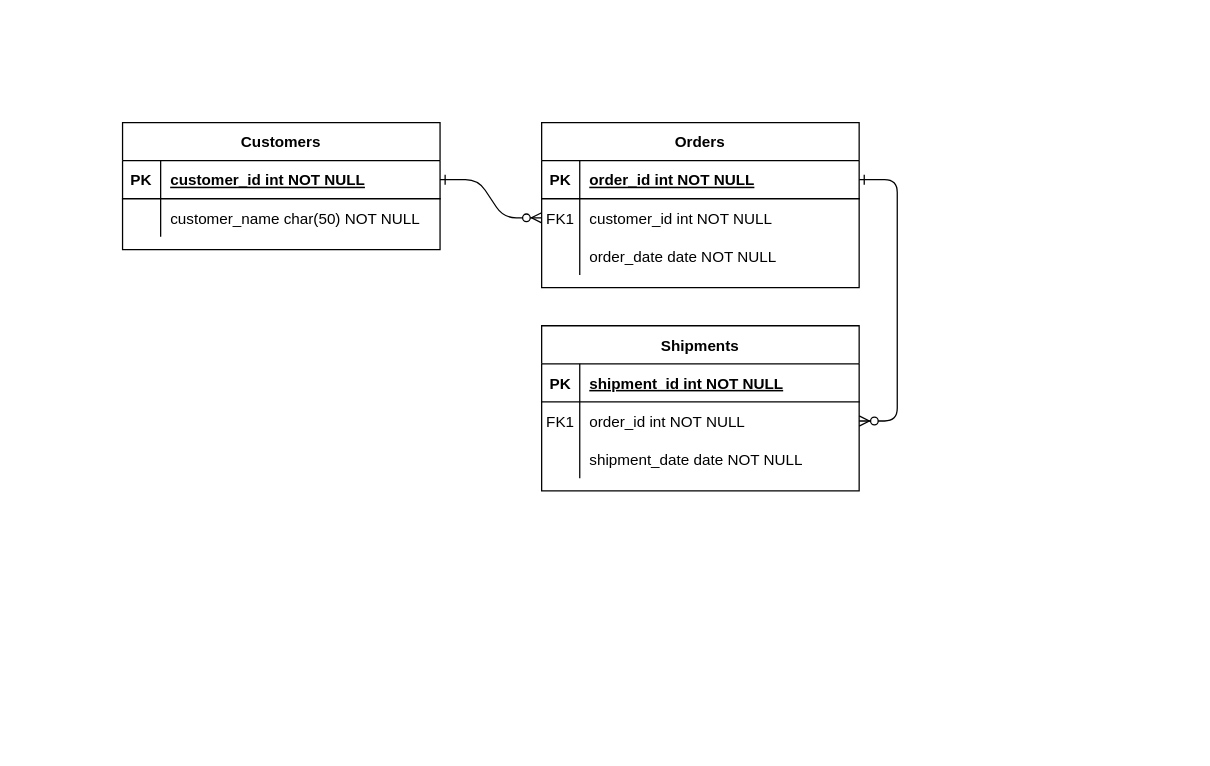
Before: ホテル予約DB.drawio in azumarions/genius-chicken, a draw.io diagram. Source tidied: cells renumbered, new cells numbered last; positions are measured from the earlier drawing's top-left corner, leaving out a move shared by most shapes. Both pictures are drawn from the tidied source at 127%, with x=0, y=0 at pixel (122, 122).
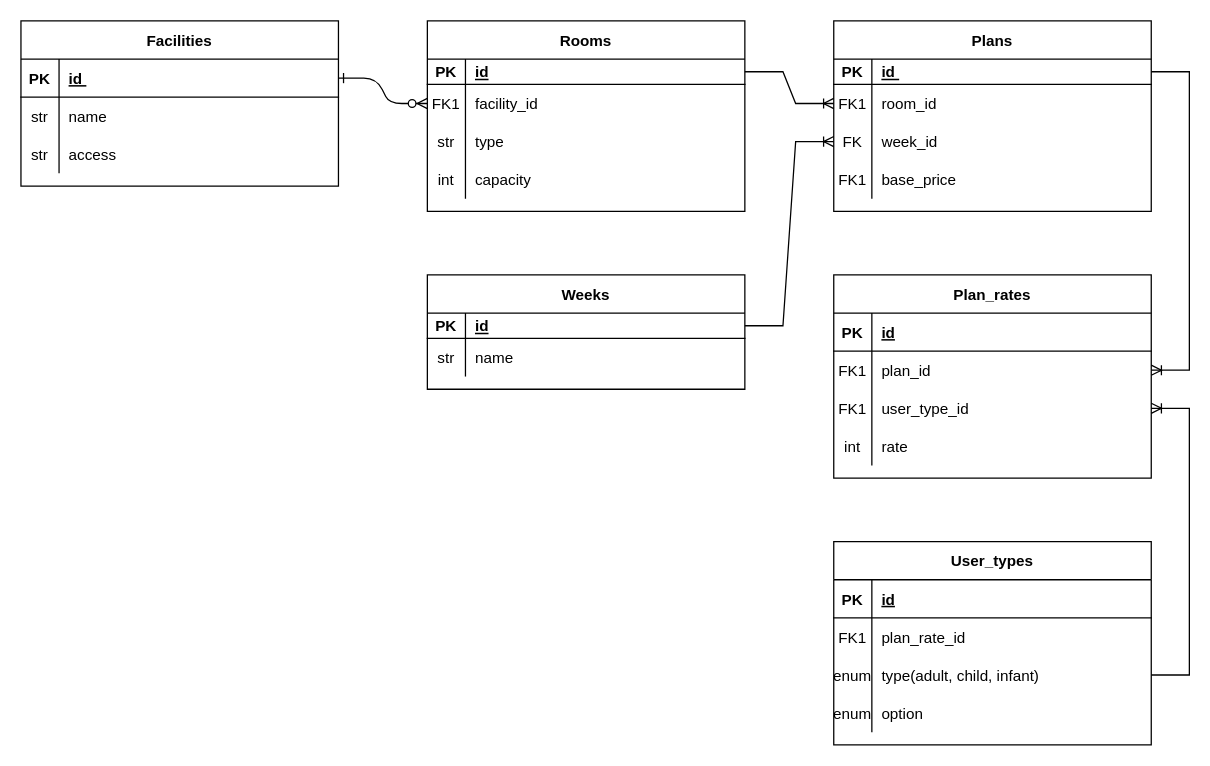
After the change.

Commit message (it also covers changes not shown here):
ホテル予約DB.drawio を更新します

Unchanged cells that the change refers to:
```xml
<mxCell id="15" style="shape=partialRectangle;fillColor=none;top=0;left=0;right=0;bottom=1;" parent="14" vertex="1">
  <mxGeometry y="30" width="250" height="30" as="geometry" />
</mxCell>
<mxCell id="18" style="shape=partialRectangle;fillColor=none;points=[[0,0.5],[1,0.5]];portConstraint=eastwest;top=0;left=0;right=0;bottom=0;" parent="14" vertex="1">
  <mxGeometry y="60" width="250" height="30" as="geometry" />
</mxCell>
<mxCell id="21" style="shape=partialRectangle;fillColor=none;points=[[0,0.5],[1,0.5]];portConstraint=eastwest;top=0;left=0;right=0;bottom=0;" parent="14" vertex="1">
  <mxGeometry y="90" width="250" height="30" as="geometry" />
</mxCell>
<mxCell id="25" style="shape=partialRectangle;fillColor=none;points=[[0,0.5],[1,0.5]];portConstraint=eastwest;top=0;left=0;right=0;bottom=1;" parent="24" vertex="1">
  <mxGeometry y="30" width="250" height="30" as="geometry" />
</mxCell>
<mxCell id="28" style="shape=partialRectangle;fillColor=none;top=0;left=0;right=0;bottom=0;" parent="24" vertex="1">
  <mxGeometry y="60" width="250" height="30" as="geometry" />
</mxCell>
```

What changed in the source:
```diff
@@
-    <mxCell id="3" style="edgeStyle=entityRelationEdgeStyle;endArrow=ERzeroToMany;startArrow=ERone;endFill=1;startFill=0;" parent="1" edge="1" source="5" target="18">
-      <mxGeometry relative="1" as="geometry" />
-    </mxCell>
-    <mxCell id="4" value="Orders" style="shape=table;startSize=30;childLayout=tableLayout;rowLines=0;fontStyle=1;align=center;" parent="1" vertex="1">
-      <mxGeometry x="330" width="250" height="130" as="geometry" />
+    <mxCell id="4" value="Rooms" style="shape=table;startSize=30;childLayout=tableLayout;rowLines=0;fontStyle=1;align=center;" parent="1" vertex="1">
+      <mxGeometry x="240" y="-80" width="250" height="150" as="geometry" />
     </mxCell>
     <mxCell id="5" style="shape=partialRectangle;fillColor=none;points=[[0,0.5],[1,0.5]];portConstraint=eastwest;top=0;left=0;right=0;bottom=1;" parent="4" vertex="1">
-      <mxGeometry y="30" width="250" height="30" as="geometry" />
+      <mxGeometry y="30" width="250" height="20" as="geometry" />
     </mxCell>
     <mxCell id="6" value="PK" style="shape=partialRectangle;overflow=hidden;fillColor=none;top=0;left=0;bottom=0;right=0;fontStyle=1;" parent="5" vertex="1">
-      <mxGeometry width="30" height="30" as="geometry" />
+      <mxGeometry width="30" height="20" as="geometry" />
     </mxCell>
-    <mxCell id="7" value="order_id int NOT NULL " style="shape=partialRectangle;overflow=hidden;fillColor=none;top=0;left=0;bottom=0;right=0;align=left;spacingLeft=6;fontStyle=5;" parent="5" vertex="1">
-      <mxGeometry x="30" width="220" height="30" as="geometry" />
+    <mxCell id="7" value="id" style="shape=partialRectangle;overflow=hidden;fillColor=none;top=0;left=0;bottom=0;right=0;align=left;spacingLeft=6;fontStyle=5;" parent="5" vertex="1">
+      <mxGeometry x="30" width="220" height="20" as="geometry" />
     </mxCell>
     <mxCell id="8" style="shape=partialRectangle;fillColor=none;points=[[0,0.5],[1,0.5]];portConstraint=eastwest;top=0;left=0;right=0;bottom=0;" parent="4" vertex="1">
-      <mxGeometry y="60" width="250" height="30" as="geometry" />
+      <mxGeometry y="50" width="250" height="30" as="geometry" />
     </mxCell>
@@
-    <mxCell id="10" value="customer_id int NOT NULL" style="shape=partialRectangle;overflow=hidden;fillColor=none;top=0;left=0;bottom=0;right=0;align=left;spacingLeft=6;" parent="8" vertex="1">
+    <mxCell id="10" value="facility_id" style="shape=partialRectangle;overflow=hidden;fillColor=none;top=0;left=0;bottom=0;right=0;align=left;spacingLeft=6;" parent="8" vertex="1">
       <mxGeometry x="30" width="220" height="30" as="geometry" />
     </mxCell>
     <mxCell id="11" style="shape=partialRectangle;fillColor=none;top=0;left=0;right=0;bottom=0;" parent="4" vertex="1">
-      <mxGeometry y="90" width="250" height="30" as="geometry" />
+      <mxGeometry y="80" width="250" height="30" as="geometry" />
     </mxCell>
-    <mxCell id="12" style="shape=partialRectangle;overflow=hidden;fillColor=none;top=0;left=0;bottom=0;right=0;" parent="11" vertex="1">
+    <mxCell id="12" value="str" style="shape=partialRectangle;overflow=hidden;fillColor=none;top=0;left=0;bottom=0;right=0;" parent="11" vertex="1">
       <mxGeometry width="30" height="30" as="geometry" />
     </mxCell>
-    <mxCell id="13" value="order_date date NOT NULL" style="shape=partialRectangle;overflow=hidden;fillColor=none;top=0;left=0;bottom=0;right=0;align=left;spacingLeft=6;" parent="11" vertex="1">
+    <mxCell id="13" value="type" style="shape=partialRectangle;overflow=hidden;fillColor=none;top=0;left=0;bottom=0;right=0;align=left;spacingLeft=6;" parent="11" vertex="1">
       <mxGeometry x="30" width="220" height="30" as="geometry" />
     </mxCell>
+    <mxCell id="31" style="shape=partialRectangle;fillColor=none;top=0;left=0;right=0;bottom=0;" parent="4" vertex="1">
+      <mxGeometry y="110" width="250" height="30" as="geometry" />
+    </mxCell>
+    <mxCell id="32" value="int" style="shape=partialRectangle;overflow=hidden;fillColor=none;top=0;left=0;bottom=0;right=0;" parent="31" vertex="1">
+      <mxGeometry width="30" height="30" as="geometry" />
+    </mxCell>
+    <mxCell id="33" value="capacity" style="shape=partialRectangle;overflow=hidden;fillColor=none;top=0;left=0;bottom=0;right=0;align=left;spacingLeft=6;" parent="31" vertex="1">
+      <mxGeometry x="30" width="220" height="30" as="geometry" />
+    </mxCell>
-    <mxCell id="14" value="Shipments" style="shape=table;startSize=30;childLayout=tableLayout;rowLines=0;fontStyle=1;align=center;" parent="1" vertex="1">
-      <mxGeometry x="330" y="160" width="250" height="130" as="geometry" />
+    <mxCell id="14" value="Plan_rates" style="shape=table;startSize=30;childLayout=tableLayout;rowLines=0;fontStyle=1;align=center;" parent="1" vertex="1">
+      <mxGeometry x="560" y="120" width="250" height="160" as="geometry" />
     </mxCell>
@@
-    <mxCell id="17" value="shipment_id int NOT NULL " style="shape=partialRectangle;overflow=hidden;fillColor=none;top=0;left=0;bottom=0;right=0;align=left;spacingLeft=6;fontStyle=5;" parent="15" vertex="1">
+    <mxCell id="17" value="id" style="shape=partialRectangle;overflow=hidden;fillColor=none;top=0;left=0;bottom=0;right=0;align=left;spacingLeft=6;fontStyle=5;" parent="15" vertex="1">
       <mxGeometry x="30" width="220" height="30" as="geometry" />
     </mxCell>
@@
-    <mxCell id="20" value="order_id int NOT NULL" style="shape=partialRectangle;overflow=hidden;fillColor=none;top=0;left=0;bottom=0;right=0;align=left;spacingLeft=6;" parent="18" vertex="1">
+    <mxCell id="20" value="plan_id" style="shape=partialRectangle;overflow=hidden;fillColor=none;top=0;left=0;bottom=0;right=0;align=left;spacingLeft=6;" parent="18" vertex="1">
       <mxGeometry x="30" width="220" height="30" as="geometry" />
     </mxCell>
@@
-    <mxCell id="22" style="shape=partialRectangle;overflow=hidden;fillColor=none;top=0;left=0;bottom=0;right=0;" parent="21" vertex="1">
+    <mxCell id="22" value="FK1" style="shape=partialRectangle;overflow=hidden;fillColor=none;top=0;left=0;bottom=0;right=0;" parent="21" vertex="1">
       <mxGeometry width="30" height="30" as="geometry" />
     </mxCell>
-    <mxCell id="23" value="shipment_date date NOT NULL" style="shape=partialRectangle;overflow=hidden;fillColor=none;top=0;left=0;bottom=0;right=0;align=left;spacingLeft=6;" parent="21" vertex="1">
+    <mxCell id="23" value="user_type_id" style="shape=partialRectangle;overflow=hidden;fillColor=none;top=0;left=0;bottom=0;right=0;align=left;spacingLeft=6;" parent="21" vertex="1">
       <mxGeometry x="30" width="220" height="30" as="geometry" />
     </mxCell>
+    <mxCell id="34" style="shape=partialRectangle;fillColor=none;top=0;left=0;right=0;bottom=0;" parent="14" vertex="1">
+      <mxGeometry y="120" width="250" height="30" as="geometry" />
+    </mxCell>
+    <mxCell id="35" value="int" style="shape=partialRectangle;overflow=hidden;fillColor=none;top=0;left=0;bottom=0;right=0;" parent="34" vertex="1">
+      <mxGeometry width="30" height="30" as="geometry" />
+    </mxCell>
+    <mxCell id="36" value="rate" style="shape=partialRectangle;overflow=hidden;fillColor=none;top=0;left=0;bottom=0;right=0;align=left;spacingLeft=6;" parent="34" vertex="1">
+      <mxGeometry x="30" width="220" height="30" as="geometry" />
+    </mxCell>
-    <mxCell id="24" value="Customers" style="shape=table;startSize=30;childLayout=tableLayout;rowLines=0;fontStyle=1;align=center;" parent="1" vertex="1">
-      <mxGeometry width="250" height="100" as="geometry" />
+    <mxCell id="24" value="Facilities" style="shape=table;startSize=30;childLayout=tableLayout;rowLines=0;fontStyle=1;align=center;" parent="1" vertex="1">
+      <mxGeometry x="-80" y="-80" width="250" height="130" as="geometry" />
     </mxCell>
@@
-    <mxCell id="27" value="customer_id int NOT NULL " style="shape=partialRectangle;overflow=hidden;fillColor=none;top=0;left=0;bottom=0;right=0;align=left;spacingLeft=6;fontStyle=5;" parent="25" vertex="1">
+    <mxCell id="27" value="id " style="shape=partialRectangle;overflow=hidden;fillColor=none;top=0;left=0;bottom=0;right=0;align=left;spacingLeft=6;fontStyle=5;" parent="25" vertex="1">
       <mxGeometry x="30" width="220" height="30" as="geometry" />
     </mxCell>
@@
-    <mxCell id="29" style="shape=partialRectangle;overflow=hidden;fillColor=none;top=0;left=0;bottom=0;right=0;" parent="28" vertex="1">
+    <mxCell id="29" value="str" style="shape=partialRectangle;overflow=hidden;fillColor=none;top=0;left=0;bottom=0;right=0;" parent="28" vertex="1">
       <mxGeometry width="30" height="30" as="geometry" />
     </mxCell>
-    <mxCell id="30" value="customer_name char(50) NOT NULL" style="shape=partialRectangle;overflow=hidden;fillColor=none;top=0;left=0;bottom=0;right=0;align=left;spacingLeft=6;" parent="28" vertex="1">
+    <mxCell id="30" value="name" style="shape=partialRectangle;overflow=hidden;fillColor=none;top=0;left=0;bottom=0;right=0;align=left;spacingLeft=6;" parent="28" vertex="1">
       <mxGeometry x="30" width="220" height="30" as="geometry" />
     </mxCell>
+    <mxCell id="37" style="shape=partialRectangle;fillColor=none;top=0;left=0;right=0;bottom=0;" parent="24" vertex="1">
+      <mxGeometry y="90" width="250" height="30" as="geometry" />
+    </mxCell>
+    <mxCell id="38" value="str" style="shape=partialRectangle;overflow=hidden;fillColor=none;top=0;left=0;bottom=0;right=0;" parent="37" vertex="1">
+      <mxGeometry width="30" height="30" as="geometry" />
+    </mxCell>
+    <mxCell id="39" value="access" style="shape=partialRectangle;overflow=hidden;fillColor=none;top=0;left=0;bottom=0;right=0;align=left;spacingLeft=6;" parent="37" vertex="1">
+      <mxGeometry x="30" width="220" height="30" as="geometry" />
+    </mxCell>
+    <mxCell id="40" value="Plans" style="shape=table;startSize=30;childLayout=tableLayout;rowLines=0;fontStyle=1;align=center;" parent="1" vertex="1">
+      <mxGeometry x="560" y="-80" width="250" height="150" as="geometry" />
+    </mxCell>
+    <mxCell id="41" style="shape=partialRectangle;fillColor=none;points=[[0,0.5],[1,0.5]];portConstraint=eastwest;top=0;left=0;right=0;bottom=1;" parent="40" vertex="1">
+      <mxGeometry y="30" width="250" height="20" as="geometry" />
+    </mxCell>
+    <mxCell id="42" value="PK" style="shape=partialRectangle;overflow=hidden;fillColor=none;top=0;left=0;bottom=0;right=0;fontStyle=1;" parent="41" vertex="1">
+      <mxGeometry width="30" height="20" as="geometry" />
+    </mxCell>
+    <mxCell id="43" value="id " style="shape=partialRectangle;overflow=hidden;fillColor=none;top=0;left=0;bottom=0;right=0;align=left;spacingLeft=6;fontStyle=5;" parent="41" vertex="1">
+      <mxGeometry x="30" width="220" height="20" as="geometry" />
+    </mxCell>
+    <mxCell id="44" style="shape=partialRectangle;fillColor=none;points=[[0,0.5],[1,0.5]];portConstraint=eastwest;top=0;left=0;right=0;bottom=0;" parent="40" vertex="1">
+      <mxGeometry y="50" width="250" height="30" as="geometry" />
+    </mxCell>
+    <mxCell id="45" value="FK1" style="shape=partialRectangle;overflow=hidden;fillColor=none;top=0;left=0;bottom=0;right=0;" parent="44" vertex="1">
+      <mxGeometry width="30" height="30" as="geometry" />
+    </mxCell>
+    <mxCell id="46" value="room_id" style="shape=partialRectangle;overflow=hidden;fillColor=none;top=0;left=0;bottom=0;right=0;align=left;spacingLeft=6;" parent="44" vertex="1">
+      <mxGeometry x="30" width="220" height="30" as="geometry" />
+    </mxCell>
+    <mxCell id="47" style="shape=partialRectangle;fillColor=none;points=[[0,0.5],[1,0.5]];portConstraint=eastwest;top=0;left=0;right=0;bottom=0;" parent="40" vertex="1">
+      <mxGeometry y="80" width="250" height="30" as="geometry" />
+    </mxCell>
+    <mxCell id="48" value="FK" style="shape=partialRectangle;overflow=hidden;fillColor=none;top=0;left=0;bottom=0;right=0;" parent="47" vertex="1">
+      <mxGeometry width="30" height="30" as="geometry" />
+    </mxCell>
+    <mxCell id="49" value="week_id" style="shape=partialRectangle;overflow=hidden;fillColor=none;top=0;left=0;bottom=0;right=0;align=left;spacingLeft=6;" parent="47" vertex="1">
+      <mxGeometry x="30" width="220" height="30" as="geometry" />
+    </mxCell>
+    <mxCell id="50" style="shape=partialRectangle;fillColor=none;top=0;left=0;right=0;bottom=0;" parent="40" vertex="1">
+      <mxGeometry y="110" width="250" height="30" as="geometry" />
+    </mxCell>
+    <mxCell id="51" value="FK1" style="shape=partialRectangle;overflow=hidden;fillColor=none;top=0;left=0;bottom=0;right=0;" parent="50" vertex="1">
+      <mxGeometry width="30" height="30" as="geometry" />
+    </mxCell>
+    <mxCell id="52" value="base_price" style="shape=partialRectangle;overflow=hidden;fillColor=none;top=0;left=0;bottom=0;right=0;align=left;spacingLeft=6;" parent="50" vertex="1">
+      <mxGeometry x="30" width="220" height="30" as="geometry" />
+    </mxCell>
+    <mxCell id="53" style="edgeStyle=entityRelationEdgeStyle;fontSize=12;html=1;endArrow=ERoneToMany;rounded=0;entryX=0;entryY=0.5;entryDx=0;entryDy=0;exitX=1;exitY=0.5;exitDx=0;exitDy=0;" parent="1" edge="1" source="5" target="44">
+      <mxGeometry relative="1" as="geometry" />
+    </mxCell>
+    <mxCell id="54" value="Weeks" style="shape=table;startSize=30;childLayout=tableLayout;rowLines=0;fontStyle=1;align=center;" parent="1" vertex="1">
+      <mxGeometry x="240" y="120" width="250" height="90" as="geometry" />
+    </mxCell>
+    <mxCell id="55" style="shape=partialRectangle;fillColor=none;points=[[0,0.5],[1,0.5]];portConstraint=eastwest;top=0;left=0;right=0;bottom=1;" parent="54" vertex="1">
+      <mxGeometry y="30" width="250" height="20" as="geometry" />
+    </mxCell>
+    <mxCell id="56" value="PK" style="shape=partialRectangle;overflow=hidden;fillColor=none;top=0;left=0;bottom=0;right=0;fontStyle=1;" parent="55" vertex="1">
+      <mxGeometry width="30" height="20" as="geometry" />
+    </mxCell>
+    <mxCell id="57" value="id" style="shape=partialRectangle;overflow=hidden;fillColor=none;top=0;left=0;bottom=0;right=0;align=left;spacingLeft=6;fontStyle=5;" parent="55" vertex="1">
+      <mxGeometry x="30" width="220" height="20" as="geometry" />
+    </mxCell>
+    <mxCell id="58" style="shape=partialRectangle;fillColor=none;top=0;left=0;right=0;bottom=0;" parent="54" vertex="1">
+      <mxGeometry y="50" width="250" height="30" as="geometry" />
+    </mxCell>
+    <mxCell id="59" value="str" style="shape=partialRectangle;overflow=hidden;fillColor=none;top=0;left=0;bottom=0;right=0;" parent="58" vertex="1">
+      <mxGeometry width="30" height="30" as="geometry" />
+    </mxCell>
+    <mxCell id="60" value="name" style="shape=partialRectangle;overflow=hidden;fillColor=none;top=0;left=0;bottom=0;right=0;align=left;spacingLeft=6;" parent="58" vertex="1">
+      <mxGeometry x="30" width="220" height="30" as="geometry" />
+    </mxCell>
+    <mxCell id="61" style="edgeStyle=entityRelationEdgeStyle;fontSize=12;html=1;endArrow=ERoneToMany;rounded=0;entryX=0;entryY=0.5;entryDx=0;entryDy=0;exitX=1;exitY=0.5;exitDx=0;exitDy=0;" parent="1" edge="1" source="55" target="47">
+      <mxGeometry relative="1" as="geometry" />
+    </mxCell>
+    <mxCell id="62" style="edgeStyle=entityRelationEdgeStyle;fontSize=12;html=1;endArrow=ERoneToMany;rounded=0;exitX=1;exitY=0.5;exitDx=0;exitDy=0;entryX=1;entryY=0.5;entryDx=0;entryDy=0;" parent="1" edge="1" source="41" target="18">
+      <mxGeometry relative="1" as="geometry" />
+    </mxCell>
+    <mxCell id="63" value="User_types" style="shape=table;startSize=30;childLayout=tableLayout;rowLines=0;fontStyle=1;align=center;" parent="1" vertex="1">
+      <mxGeometry x="560" y="330" width="250" height="160" as="geometry" />
+    </mxCell>
+    <mxCell id="64" style="shape=partialRectangle;fillColor=none;top=0;left=0;right=0;bottom=1;" parent="63" vertex="1">
+      <mxGeometry y="30" width="250" height="30" as="geometry" />
+    </mxCell>
+    <mxCell id="65" value="PK" style="shape=partialRectangle;overflow=hidden;fillColor=none;top=0;left=0;bottom=0;right=0;fontStyle=1;" parent="64" vertex="1">
+      <mxGeometry width="30" height="30" as="geometry" />
+    </mxCell>
+    <mxCell id="66" value="id" style="shape=partialRectangle;overflow=hidden;fillColor=none;top=0;left=0;bottom=0;right=0;align=left;spacingLeft=6;fontStyle=5;" parent="64" vertex="1">
+      <mxGeometry x="30" width="220" height="30" as="geometry" />
+    </mxCell>
+    <mxCell id="67" style="shape=partialRectangle;fillColor=none;top=0;left=0;right=0;bottom=0;" parent="63" vertex="1">
+      <mxGeometry y="60" width="250" height="30" as="geometry" />
+    </mxCell>
+    <mxCell id="68" value="FK1" style="shape=partialRectangle;overflow=hidden;fillColor=none;top=0;left=0;bottom=0;right=0;" parent="67" vertex="1">
+      <mxGeometry width="30" height="30" as="geometry" />
+    </mxCell>
+    <mxCell id="69" value="plan_rate_id" style="shape=partialRectangle;overflow=hidden;fillColor=none;top=0;left=0;bottom=0;right=0;align=left;spacingLeft=6;" parent="67" vertex="1">
+      <mxGeometry x="30" width="220" height="30" as="geometry" />
+    </mxCell>
+    <mxCell id="70" style="shape=partialRectangle;fillColor=none;points=[[0,0.5],[1,0.5]];portConstraint=eastwest;top=0;left=0;right=0;bottom=0;" parent="63" vertex="1">
+      <mxGeometry y="90" width="250" height="30" as="geometry" />
+    </mxCell>
+    <mxCell id="71" value="enum" style="shape=partialRectangle;overflow=hidden;fillColor=none;top=0;left=0;bottom=0;right=0;" parent="70" vertex="1">
+      <mxGeometry width="30" height="30" as="geometry" />
+    </mxCell>
+    <mxCell id="72" value="type(adult, child, infant)" style="shape=partialRectangle;overflow=hidden;fillColor=none;top=0;left=0;bottom=0;right=0;align=left;spacingLeft=6;" parent="70" vertex="1">
+      <mxGeometry x="30" width="220" height="30" as="geometry" />
+    </mxCell>
+    <mxCell id="73" style="shape=partialRectangle;fillColor=none;top=0;left=0;right=0;bottom=0;" parent="63" vertex="1">
+      <mxGeometry y="120" width="250" height="30" as="geometry" />
+    </mxCell>
+    <mxCell id="74" value="enum" style="shape=partialRectangle;overflow=hidden;fillColor=none;top=0;left=0;bottom=0;right=0;" parent="73" vertex="1">
+      <mxGeometry width="30" height="30" as="geometry" />
+    </mxCell>
+    <mxCell id="75" value="option" style="shape=partialRectangle;overflow=hidden;fillColor=none;top=0;left=0;bottom=0;right=0;align=left;spacingLeft=6;" parent="73" vertex="1">
+      <mxGeometry x="30" width="220" height="30" as="geometry" />
+    </mxCell>
+    <mxCell id="76" style="edgeStyle=entityRelationEdgeStyle;fontSize=12;html=1;endArrow=ERoneToMany;rounded=0;exitX=1;exitY=0.5;exitDx=0;exitDy=0;entryX=1;entryY=0.5;entryDx=0;entryDy=0;" parent="1" edge="1" source="70" target="21">
+      <mxGeometry relative="1" as="geometry" />
+    </mxCell>
```
